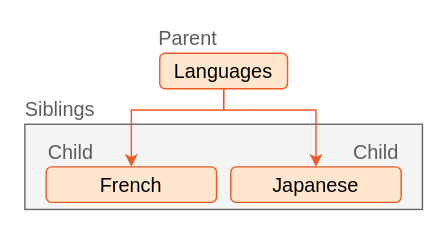
Before: content_modeling/taxonomies/taxonomy_-_family-terminology.drawio in Kontent-ai-Learn/kontent-ai-learn-diagrams, a draw.io diagram. Source tidied: cells renumbered, new cells numbered last; positions are measured from the earlier drawing's top-left corner, leaving out a move shared by most shapes. Both pictures are drawn from the tidied source at 142%, with x=0, y=0 at pixel (24, 24).
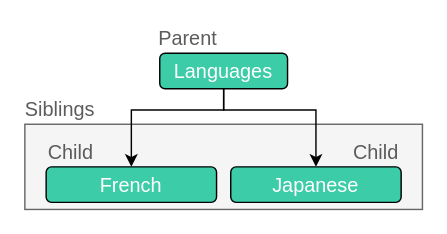
The same page after the edit.

The edit, as a diff of the source:
```diff
@@
 <mxGraphModel>
   <root>
     <mxCell id="0" />
     <mxCell id="1" parent="0" />
-    <mxCell id="2" style="rounded=0;whiteSpace=wrap;html=1;fontSize=14;fillColor=#f5f5f5;strokeColor=#666666;fontColor=#333333;" parent="1" vertex="1">
+    <mxCell id="2" style="rounded=0;whiteSpace=wrap;html=1;fontSize=14;fillColor=#f5f5f5;strokeColor=#666666;fontColor=#333333;fontFamily=Work Sans;" parent="1" vertex="1">
       <mxGeometry y="70" width="280" height="60" as="geometry" />
     </mxCell>
-    <mxCell id="3" value="Parent" style="text;html=1;strokeColor=none;fillColor=none;align=center;verticalAlign=middle;whiteSpace=wrap;rounded=0;fontFamily=GT Walsheim Pro;fontSize=14;fontColor=#5C5C5C;" parent="1" vertex="1">
+    <mxCell id="3" value="Parent" style="text;html=1;strokeColor=none;fillColor=none;align=center;verticalAlign=middle;whiteSpace=wrap;rounded=0;fontFamily=Work Sans;fontSize=14;fontColor=#5C5C5C;" parent="1" vertex="1">
       <mxGeometry x="95" width="40" height="20" as="geometry" />
     </mxCell>
-    <mxCell id="4" style="edgeStyle=orthogonalEdgeStyle;rounded=0;jettySize=auto;html=1;exitX=0.5;exitY=1;exitDx=0;exitDy=0;entryX=0.5;entryY=0;entryDx=0;entryDy=0;fontFamily=GT Walsheim Pro;fontSize=14;strokeColor=#F05A22;" parent="1" edge="1" source="6" target="8">
+    <mxCell id="4" style="edgeStyle=orthogonalEdgeStyle;rounded=0;jettySize=auto;html=1;exitX=0.5;exitY=1;exitDx=0;exitDy=0;entryX=0.5;entryY=0;entryDx=0;entryDy=0;fontFamily=Work Sans;fontSize=14;strokeColor=#000000;" parent="1" edge="1" source="6" target="8">
       <mxGeometry relative="1" as="geometry">
         <Array as="points">
           <mxPoint x="140" y="60" />
           <mxPoint x="75" y="60" />
         </Array>
       </mxGeometry>
     </mxCell>
-    <mxCell id="5" style="edgeStyle=orthogonalEdgeStyle;rounded=0;jettySize=auto;html=1;exitX=0.5;exitY=1;exitDx=0;exitDy=0;entryX=0.5;entryY=0;entryDx=0;entryDy=0;fontFamily=GT Walsheim Pro;fontSize=14;strokeColor=#F05A22;" parent="1" edge="1" source="6" target="9">
+    <mxCell id="5" style="edgeStyle=orthogonalEdgeStyle;rounded=0;jettySize=auto;html=1;exitX=0.5;exitY=1;exitDx=0;exitDy=0;entryX=0.5;entryY=0;entryDx=0;entryDy=0;fontFamily=Work Sans;fontSize=14;strokeColor=#000000;" parent="1" edge="1" source="6" target="9">
       <mxGeometry relative="1" as="geometry">
         <Array as="points">
           <mxPoint x="140" y="60" />
           <mxPoint x="205" y="60" />
         </Array>
       </mxGeometry>
     </mxCell>
-    <mxCell id="6" value="Languages" style="rounded=1;whiteSpace=wrap;html=1;fontFamily=GT Walsheim Pro;fillColor=#ffe6cc;fontSize=14;strokeColor=#F05A22;" parent="1" vertex="1">
+    <mxCell id="6" value="Languages" style="rounded=1;whiteSpace=wrap;html=1;fontFamily=Work Sans;fillColor=#3DCCA8;fontSize=14;strokeColor=#000000;fontColor=#FFFFFF;" parent="1" vertex="1">
       <mxGeometry x="95" y="20" width="90" height="25" as="geometry" />
     </mxCell>
-    <mxCell id="7" value="Siblings" style="text;html=1;strokeColor=none;fillColor=none;align=center;verticalAlign=middle;whiteSpace=wrap;rounded=0;fontFamily=GT Walsheim Pro;fontSize=14;fontColor=#5C5C5C;" parent="1" vertex="1">
+    <mxCell id="7" value="Siblings" style="text;html=1;strokeColor=none;fillColor=none;align=center;verticalAlign=middle;whiteSpace=wrap;rounded=0;fontFamily=Work Sans;fontSize=14;fontColor=#5C5C5C;" parent="1" vertex="1">
       <mxGeometry y="50" width="50" height="20" as="geometry" />
     </mxCell>
-    <mxCell id="8" value="French" style="rounded=1;whiteSpace=wrap;html=1;fontFamily=GT Walsheim Pro;fillColor=#ffe6cc;fontSize=14;strokeColor=#F05A22;" parent="1" vertex="1">
+    <mxCell id="8" value="French" style="rounded=1;whiteSpace=wrap;html=1;fontFamily=Work Sans;fillColor=#3DCCA8;fontSize=14;strokeColor=#000000;fontColor=#FFFFFF;" parent="1" vertex="1">
       <mxGeometry x="15" y="100" width="120" height="25" as="geometry" />
     </mxCell>
-    <mxCell id="9" value="Japanese" style="rounded=1;whiteSpace=wrap;html=1;fontFamily=GT Walsheim Pro;fillColor=#ffe6cc;fontSize=14;strokeColor=#F05A22;" parent="1" vertex="1">
+    <mxCell id="9" value="Japanese" style="rounded=1;whiteSpace=wrap;html=1;fontFamily=Work Sans;fillColor=#3DCCA8;fontSize=14;strokeColor=#000000;fontColor=#FFFFFF;" parent="1" vertex="1">
       <mxGeometry x="145" y="100" width="120" height="25" as="geometry" />
     </mxCell>
-    <mxCell id="10" value="Child" style="text;html=1;strokeColor=none;fillColor=none;align=center;verticalAlign=middle;whiteSpace=wrap;rounded=0;fontFamily=GT Walsheim Pro;fontSize=14;fontColor=#5C5C5C;" parent="1" vertex="1">
+    <mxCell id="10" value="Child" style="text;html=1;strokeColor=none;fillColor=none;align=center;verticalAlign=middle;whiteSpace=wrap;rounded=0;fontFamily=Work Sans;fontSize=14;fontColor=#5C5C5C;" parent="1" vertex="1">
       <mxGeometry x="15" y="80" width="35" height="20" as="geometry" />
     </mxCell>
-    <mxCell id="11" value="Child" style="text;html=1;strokeColor=none;fillColor=none;align=center;verticalAlign=middle;whiteSpace=wrap;rounded=0;fontFamily=GT Walsheim Pro;fontSize=14;fontColor=#5C5C5C;" parent="1" vertex="1">
+    <mxCell id="11" value="Child" style="text;html=1;strokeColor=none;fillColor=none;align=center;verticalAlign=middle;whiteSpace=wrap;rounded=0;fontFamily=Work Sans;fontSize=14;fontColor=#5C5C5C;" parent="1" vertex="1">
       <mxGeometry x="230" y="80" width="35" height="20" as="geometry" />
     </mxCell>
   </root>
 </mxGraphModel>
```
